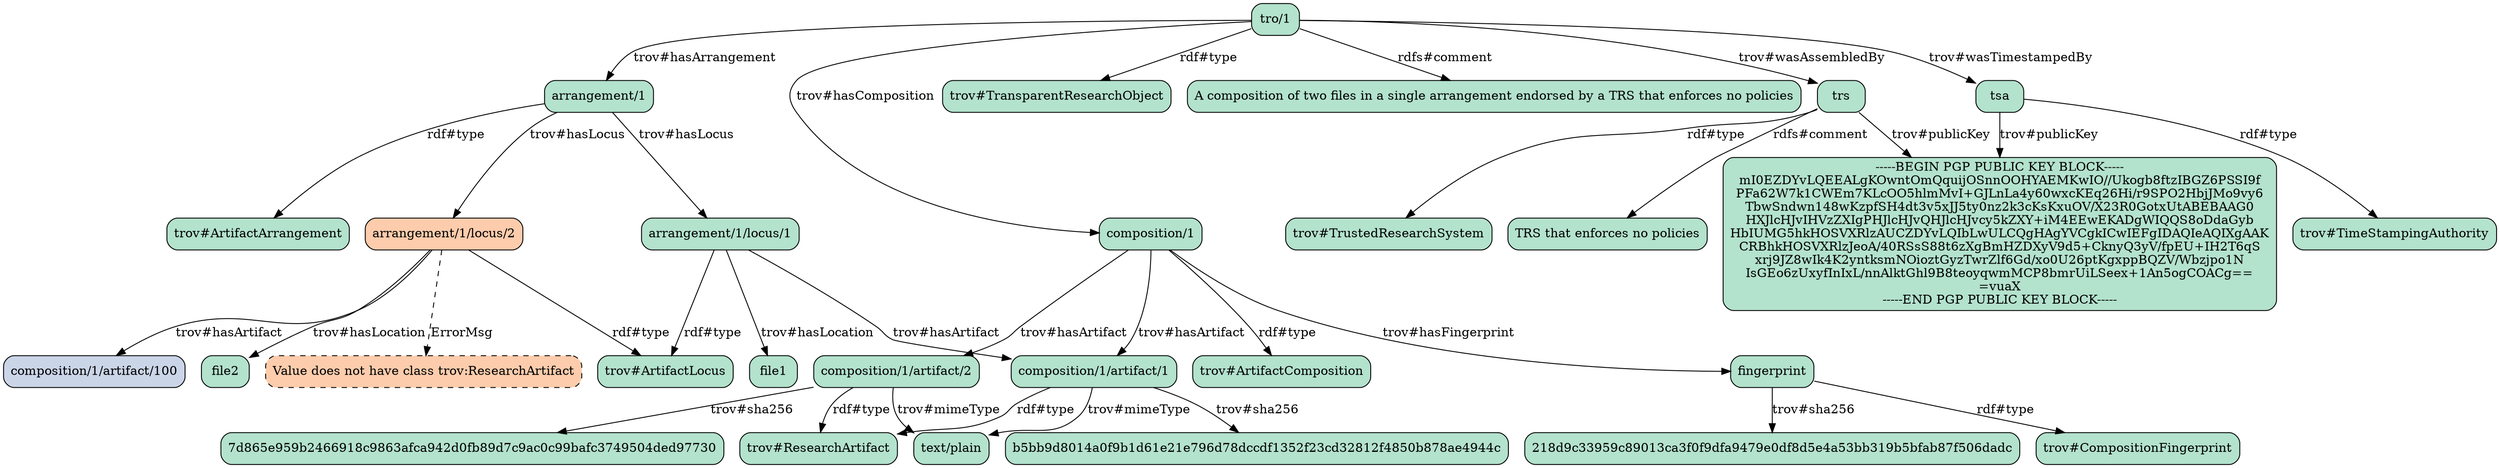
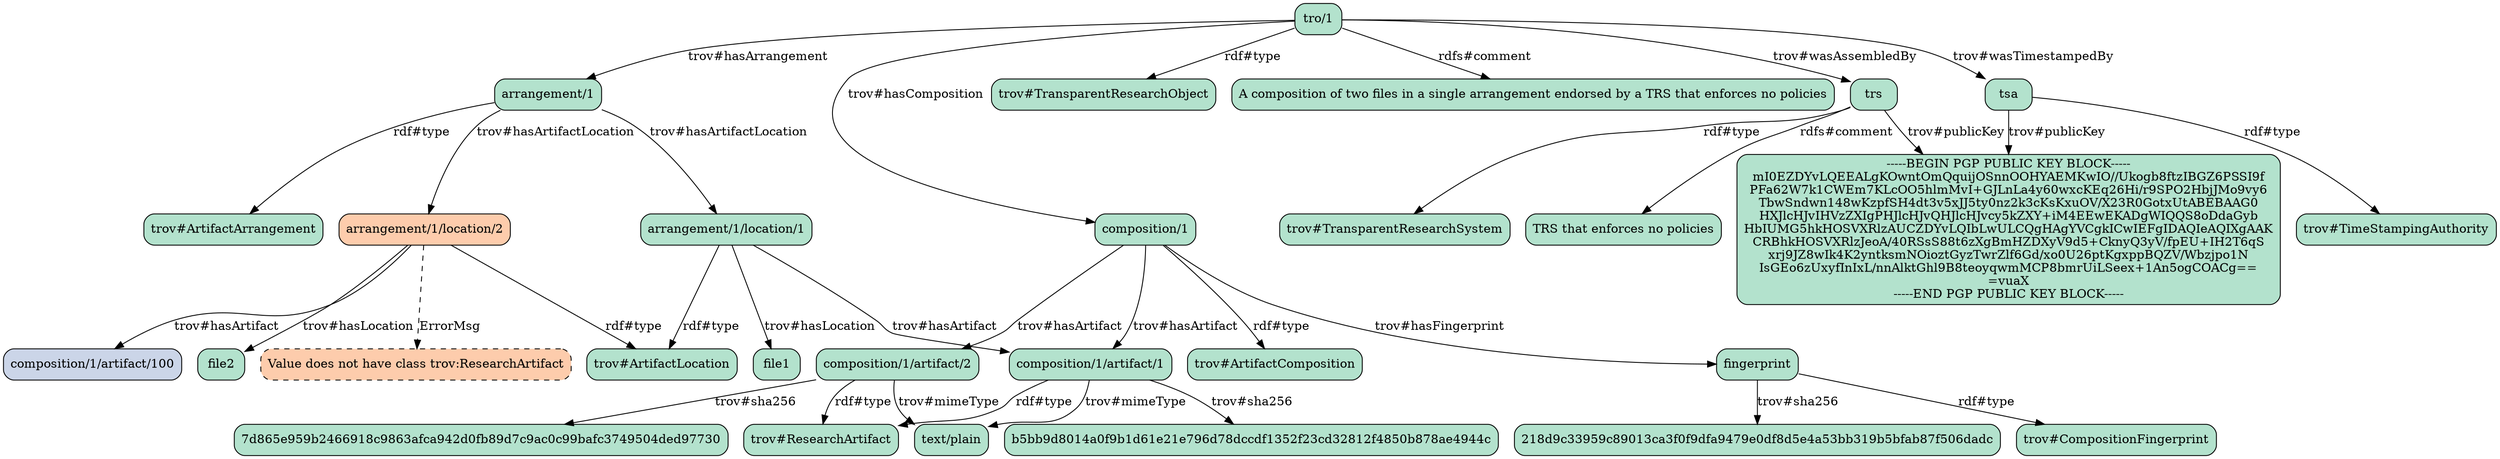
strict digraph "" {
	"arrangement/1"	[fillcolor="#b3e2cd",
		shape=box,
		style="filled, rounded"];
	"trov#ArtifactArrangement"	[fillcolor="#b3e2cd",
		shape=box,
		style="filled, rounded"];
	"arrangement/1" -> "trov#ArtifactArrangement"	[label="rdf#type"];
- 	"arrangement/1/locus/1"	[fillcolor="#b3e2cd",
+ 	"arrangement/1/location/1"	[fillcolor="#b3e2cd",
		shape=box,
		style="filled, rounded"];
- 	"arrangement/1" -> "arrangement/1/locus/1"	[label="trov#hasLocus"];
- 	"arrangement/1/locus/2"	[fillcolor="#fdccac",
+ 	"arrangement/1" -> "arrangement/1/location/1"	[label="trov#hasArtifactLocation"];
+ 	"arrangement/1/location/2"	[fillcolor="#fdccac",
		shape=box,
		style="filled, rounded"];
- 	"arrangement/1" -> "arrangement/1/locus/2"	[label="trov#hasLocus"];
- 	"trov#ArtifactLocus"	[fillcolor="#b3e2cd",
+ 	"arrangement/1" -> "arrangement/1/location/2"	[label="trov#hasArtifactLocation"];
+ 	"trov#ArtifactLocation"	[fillcolor="#b3e2cd",
		shape=box,
		style="filled, rounded"];
- 	"arrangement/1/locus/1" -> "trov#ArtifactLocus"	[label="rdf#type"];
+ 	"arrangement/1/location/1" -> "trov#ArtifactLocation"	[label="rdf#type"];
	"composition/1/artifact/1"	[fillcolor="#b3e2cd",
		shape=box,
		style="filled, rounded"];
- 	"arrangement/1/locus/1" -> "composition/1/artifact/1"	[label="trov#hasArtifact"];
+ 	"arrangement/1/location/1" -> "composition/1/artifact/1"	[label="trov#hasArtifact"];
	file1	[fillcolor="#b3e2cd",
		shape=box,
		style="filled, rounded"];
- 	"arrangement/1/locus/1" -> file1	[label="trov#hasLocation"];
- 	"arrangement/1/locus/2" -> "trov#ArtifactLocus"	[label="rdf#type"];
+ 	"arrangement/1/location/1" -> file1	[label="trov#hasLocation"];
+ 	"arrangement/1/location/2" -> "trov#ArtifactLocation"	[label="rdf#type"];
	"composition/1/artifact/100"	[fillcolor="#cbd5e8",
		shape=box,
		style="filled, rounded"];
- 	"arrangement/1/locus/2" -> "composition/1/artifact/100"	[label="trov#hasArtifact"];
+ 	"arrangement/1/location/2" -> "composition/1/artifact/100"	[label="trov#hasArtifact"];
	file2	[fillcolor="#b3e2cd",
		shape=box,
		style="filled, rounded"];
- 	"arrangement/1/locus/2" -> file2	[label="trov#hasLocation"];
+ 	"arrangement/1/location/2" -> file2	[label="trov#hasLocation"];
	"Value does not have class trov:ResearchArtifact"	[fillcolor="#fdccac",
		shape=box,
		style="filled, rounded, dashed"];
- 	"arrangement/1/locus/2" -> "Value does not have class trov:ResearchArtifact"	[label=ErrorMsg,
+ 	"arrangement/1/location/2" -> "Value does not have class trov:ResearchArtifact"	[label=ErrorMsg,
		style=dashed];
	"trov#ResearchArtifact"	[fillcolor="#b3e2cd",
		shape=box,
		style="filled, rounded"];
	"composition/1/artifact/1" -> "trov#ResearchArtifact"	[label="rdf#type"];
	"text/plain"	[fillcolor="#b3e2cd",
		shape=box,
		style="filled, rounded"];
	"composition/1/artifact/1" -> "text/plain"	[label="trov#mimeType"];
	b5bb9d8014a0f9b1d61e21e796d78dccdf1352f23cd32812f4850b878ae4944c	[fillcolor="#b3e2cd",
		shape=box,
		style="filled, rounded"];
	"composition/1/artifact/1" -> b5bb9d8014a0f9b1d61e21e796d78dccdf1352f23cd32812f4850b878ae4944c	[label="trov#sha256"];
	"composition/1"	[fillcolor="#b3e2cd",
		shape=box,
		style="filled, rounded"];
	"composition/1" -> "composition/1/artifact/1"	[label="trov#hasArtifact"];
	"trov#ArtifactComposition"	[fillcolor="#b3e2cd",
		shape=box,
		style="filled, rounded"];
	"composition/1" -> "trov#ArtifactComposition"	[label="rdf#type"];
	"composition/1/artifact/2"	[fillcolor="#b3e2cd",
		shape=box,
		style="filled, rounded"];
	"composition/1" -> "composition/1/artifact/2"	[label="trov#hasArtifact"];
	fingerprint	[fillcolor="#b3e2cd",
		shape=box,
		style="filled, rounded"];
	"composition/1" -> fingerprint	[label="trov#hasFingerprint"];
	"composition/1/artifact/2" -> "trov#ResearchArtifact"	[label="rdf#type"];
	"composition/1/artifact/2" -> "text/plain"	[label="trov#mimeType"];
	"7d865e959b2466918c9863afca942d0fb89d7c9ac0c99bafc3749504ded97730"	[fillcolor="#b3e2cd",
		shape=box,
		style="filled, rounded"];
	"composition/1/artifact/2" -> "7d865e959b2466918c9863afca942d0fb89d7c9ac0c99bafc3749504ded97730"	[label="trov#sha256"];
	"trov#CompositionFingerprint"	[fillcolor="#b3e2cd",
		shape=box,
		style="filled, rounded"];
	fingerprint -> "trov#CompositionFingerprint"	[label="rdf#type"];
	"218d9c33959c89013ca3f0f9dfa9479e0df8d5e4a53bb319b5bfab87f506dadc"	[fillcolor="#b3e2cd",
		shape=box,
		style="filled, rounded"];
	fingerprint -> "218d9c33959c89013ca3f0f9dfa9479e0df8d5e4a53bb319b5bfab87f506dadc"	[label="trov#sha256"];
	"tro/1"	[fillcolor="#b3e2cd",
		shape=box,
		style="filled, rounded"];
	"tro/1" -> "arrangement/1"	[label="trov#hasArrangement"];
	"tro/1" -> "composition/1"	[label="trov#hasComposition"];
	"trov#TransparentResearchObject"	[fillcolor="#b3e2cd",
		shape=box,
		style="filled, rounded"];
	"tro/1" -> "trov#TransparentResearchObject"	[label="rdf#type"];
	"A composition of two files in a single arrangement endorsed by a TRS that enforces no policies"	[fillcolor="#b3e2cd",
		shape=box,
		style="filled, rounded"];
	"tro/1" -> "A composition of two files in a single arrangement endorsed by a TRS that enforces no policies"	[label="rdfs#comment"];
	trs	[fillcolor="#b3e2cd",
		shape=box,
		style="filled, rounded"];
	"tro/1" -> trs	[label="trov#wasAssembledBy"];
	tsa	[fillcolor="#b3e2cd",
		shape=box,
		style="filled, rounded"];
	"tro/1" -> tsa	[label="trov#wasTimestampedBy"];
- 	"trov#TrustedResearchSystem"	[fillcolor="#b3e2cd",
+ 	"trov#TransparentResearchSystem"	[fillcolor="#b3e2cd",
		shape=box,
		style="filled, rounded"];
- 	trs -> "trov#TrustedResearchSystem"	[label="rdf#type"];
+ 	trs -> "trov#TransparentResearchSystem"	[label="rdf#type"];
	"TRS that enforces no policies"	[fillcolor="#b3e2cd",
		shape=box,
		style="filled, rounded"];
	trs -> "TRS that enforces no policies"	[label="rdfs#comment"];
	"-----BEGIN PGP PUBLIC KEY BLOCK-----
mI0EZDYvLQEEALgKOwntOmQquijOSnnOOHYAEMKwIO//Ukogb8ftzIBGZ6PSSI9f
PFa62W7k1CWEm7KLcOO5hlmMvI+\
GJLnLa4y60wxcKEq26Hi/r9SPO2HbjJMo9vy6
TbwSndwn148wKzpfSH4dt3v5xJJ5ty0nz2k3cKsKxuOV/X23R0GotxUtABEBAAG0
HXJlcHJvIHVzZXIgPHJlcHJvQHJlcHJvcy5kZXY+\
iM4EEwEKADgWIQQS8oDdaGyb
HbIUMG5hkHOSVXRlzAUCZDYvLQIbLwULCQgHAgYVCgkICwIEFgIDAQIeAQIXgAAK
CRBhkHOSVXRlzJeoA/40RSsS88t6zXgBmHZDXyV9d5+\
CknyQ3yV/fpEU+IH2T6qS
xrj9JZ8wIk4K2yntksmNOioztGyzTwrZlf6Gd/xo0U26ptKgxppBQZV/Wbzjpo1N
IsGEo6zUxyfInIxL/nnAlktGhl9B8teoyqwmMCP8bmrUiLSeex+\
1An5ogCOACg==
=vuaX
-----END PGP PUBLIC KEY BLOCK-----
"	[fillcolor="#b3e2cd",
		shape=box,
		style="filled, rounded"];
	trs -> "-----BEGIN PGP PUBLIC KEY BLOCK-----
mI0EZDYvLQEEALgKOwntOmQquijOSnnOOHYAEMKwIO//Ukogb8ftzIBGZ6PSSI9f
PFa62W7k1CWEm7KLcOO5hlmMvI+\
GJLnLa4y60wxcKEq26Hi/r9SPO2HbjJMo9vy6
TbwSndwn148wKzpfSH4dt3v5xJJ5ty0nz2k3cKsKxuOV/X23R0GotxUtABEBAAG0
HXJlcHJvIHVzZXIgPHJlcHJvQHJlcHJvcy5kZXY+\
iM4EEwEKADgWIQQS8oDdaGyb
HbIUMG5hkHOSVXRlzAUCZDYvLQIbLwULCQgHAgYVCgkICwIEFgIDAQIeAQIXgAAK
CRBhkHOSVXRlzJeoA/40RSsS88t6zXgBmHZDXyV9d5+\
CknyQ3yV/fpEU+IH2T6qS
xrj9JZ8wIk4K2yntksmNOioztGyzTwrZlf6Gd/xo0U26ptKgxppBQZV/Wbzjpo1N
IsGEo6zUxyfInIxL/nnAlktGhl9B8teoyqwmMCP8bmrUiLSeex+\
1An5ogCOACg==
=vuaX
-----END PGP PUBLIC KEY BLOCK-----
"	[label="trov#publicKey"];
	tsa -> "-----BEGIN PGP PUBLIC KEY BLOCK-----
mI0EZDYvLQEEALgKOwntOmQquijOSnnOOHYAEMKwIO//Ukogb8ftzIBGZ6PSSI9f
PFa62W7k1CWEm7KLcOO5hlmMvI+\
GJLnLa4y60wxcKEq26Hi/r9SPO2HbjJMo9vy6
TbwSndwn148wKzpfSH4dt3v5xJJ5ty0nz2k3cKsKxuOV/X23R0GotxUtABEBAAG0
HXJlcHJvIHVzZXIgPHJlcHJvQHJlcHJvcy5kZXY+\
iM4EEwEKADgWIQQS8oDdaGyb
HbIUMG5hkHOSVXRlzAUCZDYvLQIbLwULCQgHAgYVCgkICwIEFgIDAQIeAQIXgAAK
CRBhkHOSVXRlzJeoA/40RSsS88t6zXgBmHZDXyV9d5+\
CknyQ3yV/fpEU+IH2T6qS
xrj9JZ8wIk4K2yntksmNOioztGyzTwrZlf6Gd/xo0U26ptKgxppBQZV/Wbzjpo1N
IsGEo6zUxyfInIxL/nnAlktGhl9B8teoyqwmMCP8bmrUiLSeex+\
1An5ogCOACg==
=vuaX
-----END PGP PUBLIC KEY BLOCK-----
"	[label="trov#publicKey"];
	"trov#TimeStampingAuthority"	[fillcolor="#b3e2cd",
		shape=box,
		style="filled, rounded"];
	tsa -> "trov#TimeStampingAuthority"	[label="rdf#type"];
}
